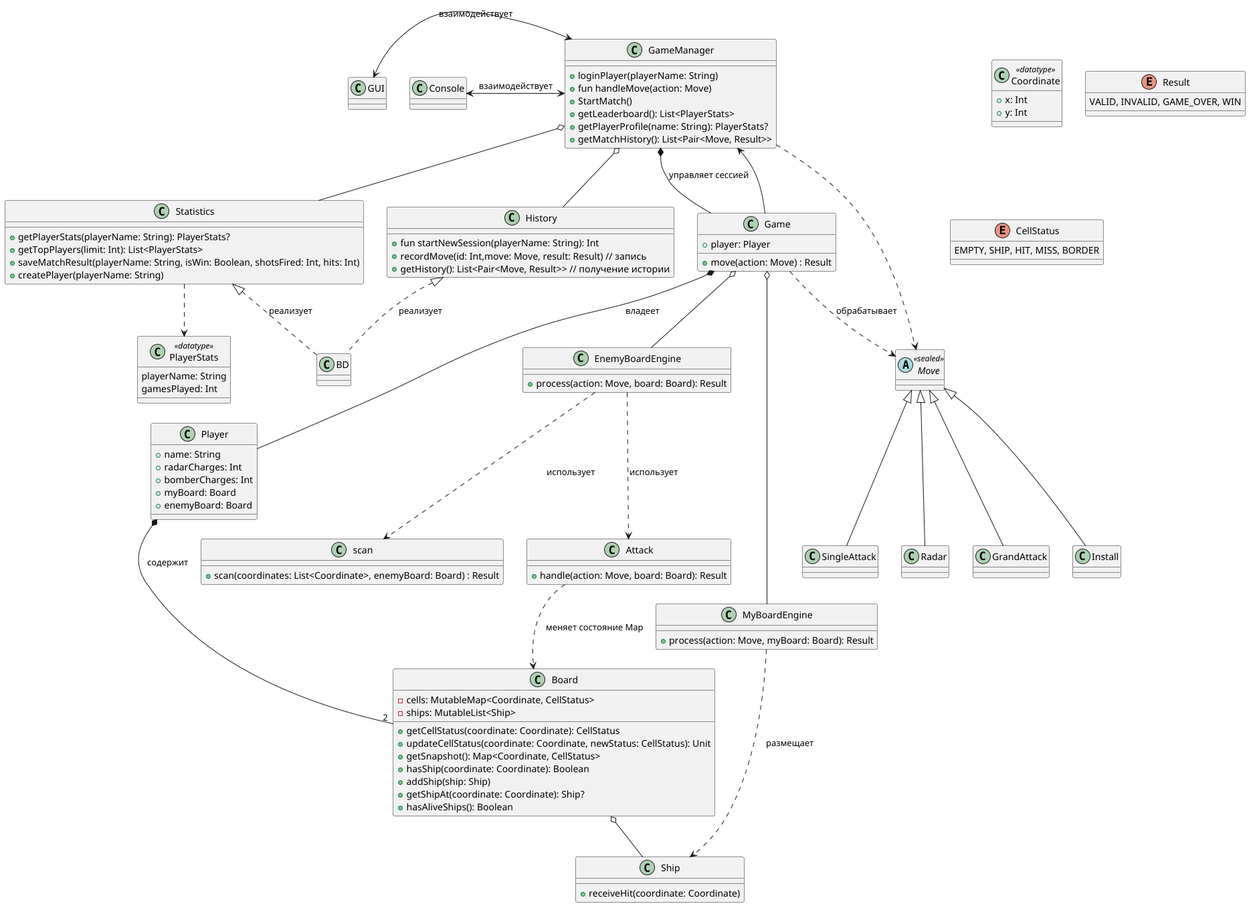
This is src/main/classes/resources/GRAPH.png from leonilkuz-13/boardgame_tracker_desktop, a PlantUML export, as it was before one commit.
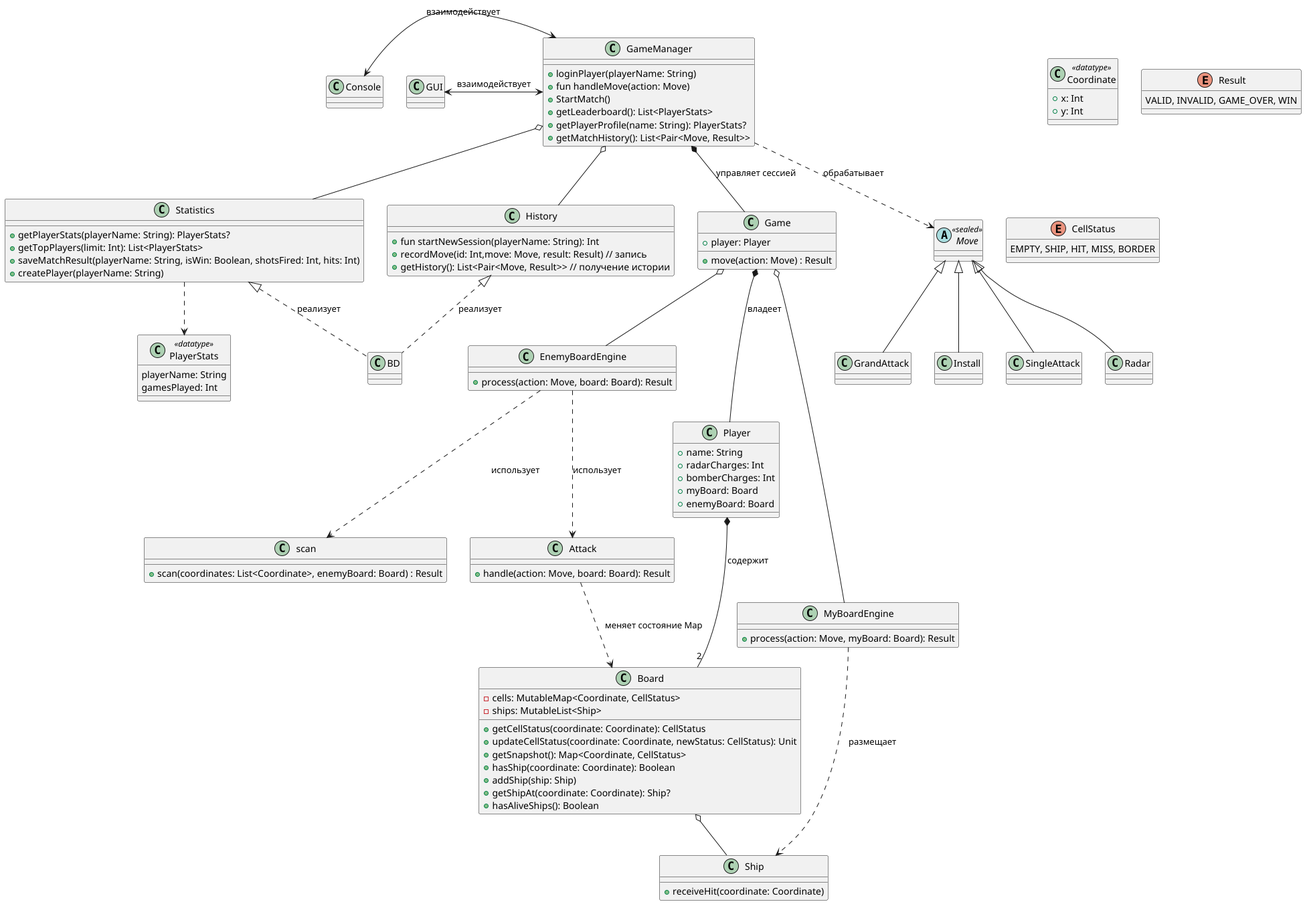
The same file after the commit.

The edit, as a diff of the source:
```diff
@@ -107,7 +107,6 @@
 GUI <-> GameManager : взаимодействует
 Console <-> GameManager : взаимодействует
 GameManager *-- Game : управляет сессией
-Game --> GameManager
 
 GameManager o-- Statistics
 GameManager o-- History
@@ -120,8 +119,7 @@
 Board o-- Ship
 Game o-- EnemyBoardEngine
 Game o-- MyBoardEngine
-Game ..> Move : обрабатывает
-GameManager ..> Move
+GameManager ..> Move : обрабатывает
 
 EnemyBoardEngine ..> scan : использует
 EnemyBoardEngine ..> Attack : использует
@@ -134,5 +132,4 @@
 Move <|-- Radar
 
 Statistics ..> PlayerStats
-
 @enduml
```
